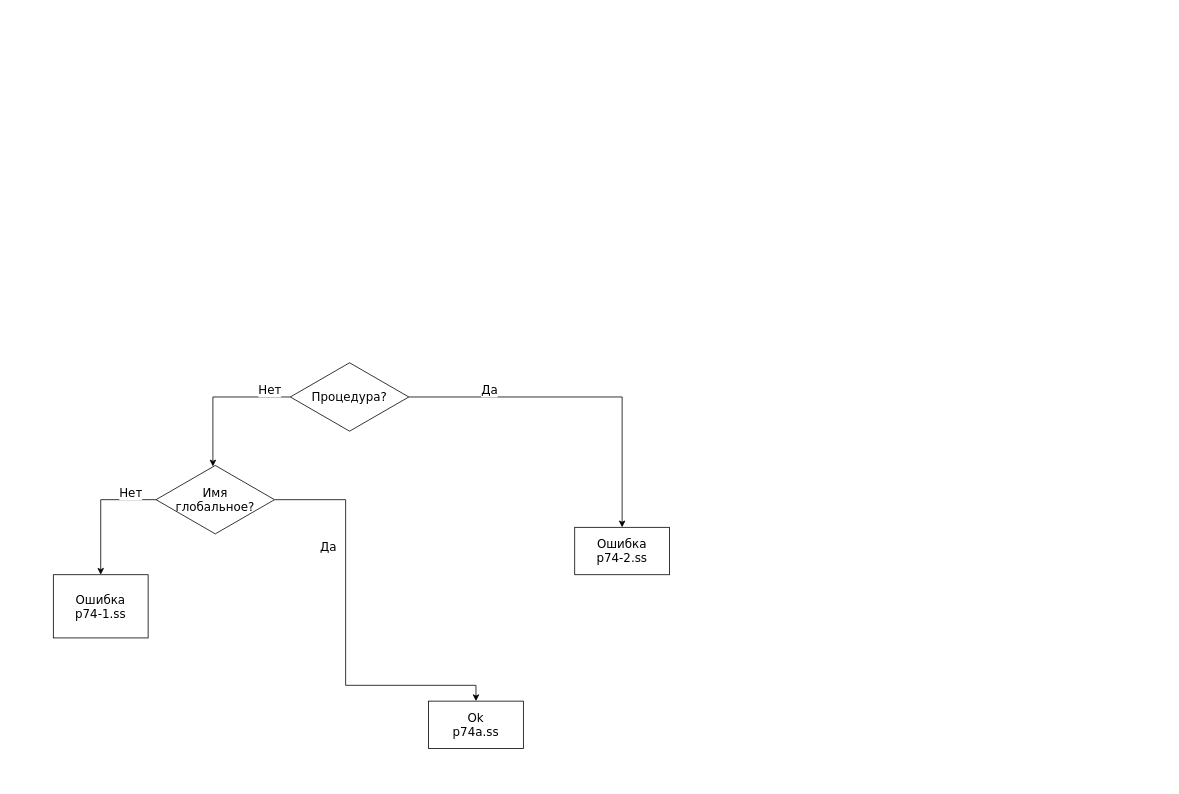
ArtDu/Compiler-Theory keeps this draw.io diagram as kp/curs2/docs/p74.drawio. Above is the earlier version. Source tidied: cells renumbered, new cells numbered last; positions are measured from the earlier drawing's top-left corner, leaving out a move shared by most shapes. Both pictures are drawn from the tidied source at 79%, with x=0, y=0 at pixel (53, 361).
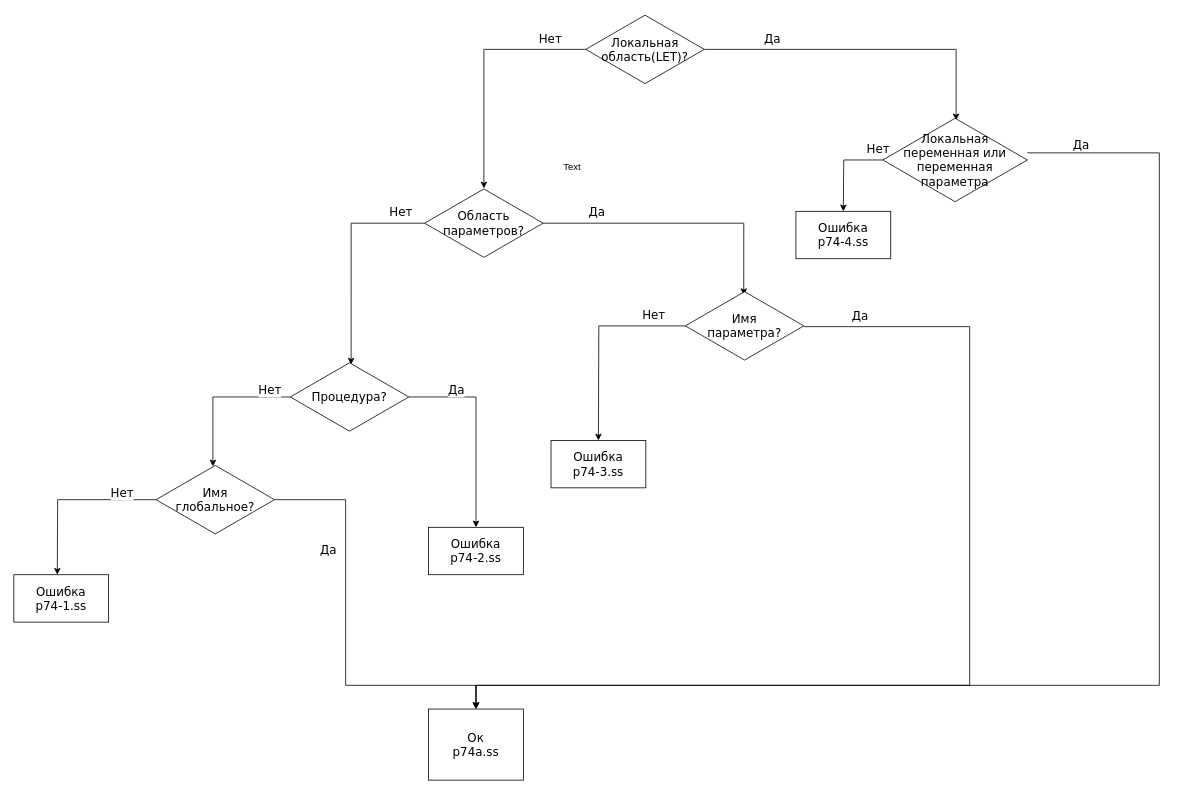
Above is the later version.

The change refers to these unchanged cells:
```xml
<mxCell id="6" value="Имя &lt;br style=&quot;font-size: 15px;&quot;&gt;глобальное?" style="html=1;whiteSpace=wrap;shape=isoRectangle;fontFamily=Verdana;fontSize=15;" parent="1" vertex="1">
  <mxGeometry x="130" y="130" width="150" height="90" as="geometry" />
</mxCell>
<mxCell id="12" value="Процедура?" style="html=1;whiteSpace=wrap;shape=isoRectangle;fontFamily=Verdana;fontSize=15;" parent="1" vertex="1">
  <mxGeometry x="300" width="150" height="90" as="geometry" />
</mxCell>
```

The edit, as a diff of the source:
```diff
@@
+    <mxCell id="15" style="edgeStyle=orthogonalEdgeStyle;rounded=0;html=1;entryX=0.507;entryY=0.044;entryPerimeter=0;jettySize=auto;fontFamily=Verdana;fontSize=15;" parent="1" edge="1" source="19" target="24">
+      <mxGeometry relative="1" as="geometry" />
+    </mxCell>
+    <mxCell id="16" value="Да" style="text;html=1;align=center;verticalAlign=middle;labelBackgroundColor=#ffffff;fontFamily=Verdana;fontSize=15;" parent="15" vertex="1">
+      <mxGeometry x="-0.61" y="1" relative="1" as="geometry">
+        <mxPoint x="5" y="-14" as="offset" />
+      </mxGeometry>
+    </mxCell>
+    <mxCell id="17" style="edgeStyle=orthogonalEdgeStyle;rounded=0;html=1;entryX=0.5;entryY=0.011;entryPerimeter=0;jettySize=auto;fontFamily=Verdana;fontSize=15;" parent="1" edge="1" source="19" target="29">
+      <mxGeometry relative="1" as="geometry" />
+    </mxCell>
+    <mxCell id="18" value="Нет" style="text;html=1;align=center;verticalAlign=middle;labelBackgroundColor=#ffffff;fontFamily=Verdana;fontSize=15;" parent="17" vertex="1">
+      <mxGeometry x="-0.73" relative="1" as="geometry">
+        <mxPoint x="-5" y="-15" as="offset" />
+      </mxGeometry>
+    </mxCell>
+    <mxCell id="19" value="Локальная &lt;br style=&quot;font-size: 15px&quot;&gt;область(LET)?" style="html=1;whiteSpace=wrap;shape=isoRectangle;fontFamily=Verdana;fontSize=15;" parent="1" vertex="1">
+      <mxGeometry x="674" y="-440" width="150" height="90" as="geometry" />
+    </mxCell>
+    <mxCell id="20" style="edgeStyle=orthogonalEdgeStyle;rounded=0;html=1;jettySize=auto;fontFamily=Verdana;fontSize=15;" parent="1" edge="1" source="24">
+      <mxGeometry relative="1" as="geometry">
+        <mxPoint x="1000" y="-190" as="targetPoint" />
+      </mxGeometry>
+    </mxCell>
+    <mxCell id="21" value="Нет" style="text;html=1;align=center;verticalAlign=middle;labelBackgroundColor=#ffffff;fontFamily=Verdana;fontSize=15;" parent="20" vertex="1">
+      <mxGeometry x="-0.78" y="-1" relative="1" as="geometry">
+        <mxPoint x="6" y="-14" as="offset" />
+      </mxGeometry>
+    </mxCell>
+    <mxCell id="22" style="edgeStyle=orthogonalEdgeStyle;rounded=0;html=1;jettySize=auto;fontFamily=Verdana;fontSize=15;" parent="1" edge="1" source="24" target="14">
+      <mxGeometry relative="1" as="geometry">
+        <Array as="points">
+          <mxPoint x="1400" y="-264" />
+          <mxPoint x="1400" y="410" />
+          <mxPoint x="535" y="410" />
+        </Array>
+      </mxGeometry>
+    </mxCell>
+    <mxCell id="23" value="Да" style="text;html=1;align=center;verticalAlign=middle;labelBackgroundColor=#ffffff;fontFamily=Verdana;fontSize=15;" parent="22" vertex="1">
+      <mxGeometry x="-0.57" relative="1" as="geometry">
+        <mxPoint x="-100" y="-218" as="offset" />
+      </mxGeometry>
+    </mxCell>
+    <mxCell id="24" value="Локальная &lt;br style=&quot;font-size: 15px&quot;&gt;переменная или переменная параметра" style="html=1;whiteSpace=wrap;shape=isoRectangle;fontFamily=Verdana;fontSize=15;" parent="1" vertex="1">
+      <mxGeometry x="1050" y="-310" width="183" height="110" as="geometry" />
+    </mxCell>
+    <mxCell id="25" style="edgeStyle=orthogonalEdgeStyle;rounded=0;html=1;entryX=0.493;entryY=0.067;jettySize=auto;entryPerimeter=0;fontFamily=Verdana;fontSize=15;" parent="1" edge="1" source="29" target="34">
+      <mxGeometry relative="1" as="geometry" />
+    </mxCell>
+    <mxCell id="26" value="Да" style="text;html=1;align=center;verticalAlign=middle;labelBackgroundColor=#ffffff;fontFamily=Verdana;fontSize=15;" parent="25" vertex="1">
+      <mxGeometry x="-0.61" y="-2" relative="1" as="geometry">
+        <mxPoint y="-17" as="offset" />
+      </mxGeometry>
+    </mxCell>
+    <mxCell id="27" style="edgeStyle=orthogonalEdgeStyle;rounded=0;html=1;entryX=0.513;entryY=0.044;entryPerimeter=0;jettySize=auto;fontFamily=Verdana;fontSize=15;" parent="1" edge="1" source="29" target="12">
+      <mxGeometry relative="1" as="geometry" />
+    </mxCell>
+    <mxCell id="28" value="Нет" style="text;html=1;align=center;verticalAlign=middle;labelBackgroundColor=#ffffff;fontFamily=Verdana;fontSize=15;" parent="27" vertex="1">
+      <mxGeometry x="-0.78" y="-1" relative="1" as="geometry">
+        <mxPoint x="-1" y="-14" as="offset" />
+      </mxGeometry>
+    </mxCell>
+    <mxCell id="29" value="Область&lt;br style=&quot;font-size: 15px;&quot;&gt;параметров?" style="html=1;whiteSpace=wrap;shape=isoRectangle;fontFamily=Verdana;fontSize=15;" parent="1" vertex="1">
+      <mxGeometry x="470" y="-220" width="150" height="90" as="geometry" />
+    </mxCell>
+    <mxCell id="30" style="edgeStyle=orthogonalEdgeStyle;rounded=0;html=1;entryX=0.5;entryY=0;jettySize=auto;fontFamily=Verdana;fontSize=15;" parent="1" edge="1" source="34" target="14">
+      <mxGeometry relative="1" as="geometry">
+        <Array as="points">
+          <mxPoint x="1160" y="-44" />
+          <mxPoint x="1160" y="410" />
+          <mxPoint x="535" y="410" />
+        </Array>
+      </mxGeometry>
+    </mxCell>
+    <mxCell id="31" value="Да" style="text;html=1;align=center;verticalAlign=middle;labelBackgroundColor=#ffffff;fontFamily=Verdana;fontSize=15;" parent="30" vertex="1">
+      <mxGeometry x="-0.38" relative="1" as="geometry">
+        <mxPoint x="-140" y="-214" as="offset" />
+      </mxGeometry>
+    </mxCell>
+    <mxCell id="32" style="edgeStyle=orthogonalEdgeStyle;rounded=0;html=1;jettySize=auto;fontFamily=Verdana;fontSize=15;" parent="1" edge="1" source="34">
+      <mxGeometry relative="1" as="geometry">
+        <mxPoint x="690" y="100" as="targetPoint" />
+      </mxGeometry>
+    </mxCell>
+    <mxCell id="33" value="Нет" style="text;html=1;align=center;verticalAlign=middle;labelBackgroundColor=#ffffff;fontFamily=Verdana;fontSize=15;" parent="32" vertex="1">
+      <mxGeometry x="-0.68" relative="1" as="geometry">
+        <mxPoint y="-15" as="offset" />
+      </mxGeometry>
+    </mxCell>
+    <mxCell id="34" value="Имя&lt;br style=&quot;font-size: 15px;&quot;&gt;параметра?" style="html=1;whiteSpace=wrap;shape=isoRectangle;fontFamily=Verdana;fontSize=15;" parent="1" vertex="1">
+      <mxGeometry x="800" y="-90" width="150" height="90" as="geometry" />
+    </mxCell>
-    <mxCell id="2" style="edgeStyle=orthogonalEdgeStyle;rounded=0;html=1;entryX=0.5;entryY=0;jettySize=auto;fontFamily=Verdana;fontSize=15;" parent="1" edge="1" source="6" target="7">
-      <mxGeometry relative="1" as="geometry" />
+    <mxCell id="2" style="edgeStyle=orthogonalEdgeStyle;rounded=0;html=1;entryX=0.5;entryY=0;jettySize=auto;fontFamily=Verdana;fontSize=15;" parent="1" edge="1" source="6">
+      <mxGeometry relative="1" as="geometry">
+        <mxPoint x="5" y="270" as="targetPoint" />
+      </mxGeometry>
     </mxCell>
@@
-    <mxCell id="4" style="edgeStyle=orthogonalEdgeStyle;rounded=0;html=1;jettySize=auto;fontFamily=Verdana;fontSize=15;entryX=0.5;entryY=0;entryDx=0;entryDy=0;" parent="1" edge="1" source="6" target="14">
+    <mxCell id="4" style="edgeStyle=orthogonalEdgeStyle;rounded=0;html=1;jettySize=auto;fontFamily=Verdana;fontSize=15;" parent="1" edge="1" source="6" target="14">
       <mxGeometry relative="1" as="geometry">
         <Array as="points">
           <mxPoint x="370" y="175" />
           <mxPoint x="370" y="410" />
           <mxPoint x="535" y="410" />
         </Array>
       </mxGeometry>
     </mxCell>
@@
-    <mxCell id="7" value="Ошибка&lt;br&gt;p74-1.ss&lt;br&gt;" style="rounded=0;whiteSpace=wrap;html=1;fontFamily=Verdana;fontSize=15;" parent="1" vertex="1">
-      <mxGeometry y="270" width="120" height="80" as="geometry" />
-    </mxCell>
@@
     <mxCell id="10" style="edgeStyle=orthogonalEdgeStyle;rounded=0;html=1;entryX=0.5;entryY=0;jettySize=auto;fontFamily=Verdana;fontSize=15;" parent="1" edge="1" source="12" target="13">
       <mxGeometry relative="1" as="geometry">
         <Array as="points">
-          <mxPoint x="720" y="45" />
+          <mxPoint x="535" y="45" />
         </Array>
       </mxGeometry>
     </mxCell>
@@
     <mxCell id="13" value="Ошибка&lt;br&gt;p74-2.ss&lt;br&gt;" style="rounded=0;whiteSpace=wrap;html=1;fontFamily=Verdana;fontSize=15;" parent="1" vertex="1">
-      <mxGeometry x="660" y="210" width="120" height="60" as="geometry" />
+      <mxGeometry x="475" y="210" width="120" height="60" as="geometry" />
     </mxCell>
-    <mxCell id="14" value="Ok&lt;br&gt;p74a.ss&lt;br&gt;" style="rounded=0;whiteSpace=wrap;html=1;fontFamily=Verdana;fontSize=15;" parent="1" vertex="1">
-      <mxGeometry x="475" y="430" width="120" height="60" as="geometry" />
+    <mxCell id="14" value="Ок&lt;br&gt;p74a.ss&lt;br&gt;" style="rounded=0;whiteSpace=wrap;html=1;fontFamily=Verdana;fontSize=15;" parent="1" vertex="1">
+      <mxGeometry x="475" y="440" width="120" height="90" as="geometry" />
     </mxCell>
+    <mxCell id="35" value="Ошибка&lt;br&gt;p74-4.ss&lt;br&gt;" style="rounded=0;whiteSpace=wrap;html=1;fontFamily=Verdana;fontSize=15;" parent="1" vertex="1">
+      <mxGeometry x="940" y="-190" width="120" height="60" as="geometry" />
+    </mxCell>
+    <mxCell id="36" value="Ошибка&lt;br&gt;p74-3.ss&lt;br&gt;" style="rounded=0;whiteSpace=wrap;html=1;fontFamily=Verdana;fontSize=15;" parent="1" vertex="1">
+      <mxGeometry x="630" y="100" width="120" height="60" as="geometry" />
+    </mxCell>
+    <mxCell id="7" value="Ошибка&lt;br&gt;p74-1.ss&lt;br&gt;" style="rounded=0;whiteSpace=wrap;html=1;fontFamily=Verdana;fontSize=15;" parent="1" vertex="1">
+      <mxGeometry x="-50" y="270" width="120" height="60" as="geometry" />
+    </mxCell>
+    <mxCell id="37" value="Text" style="text;html=1;align=left;verticalAlign=top;spacingTop=-4;" parent="1" vertex="1">
+      <mxGeometry x="644" y="-256" width="40" height="20" as="geometry" />
+    </mxCell>
```
